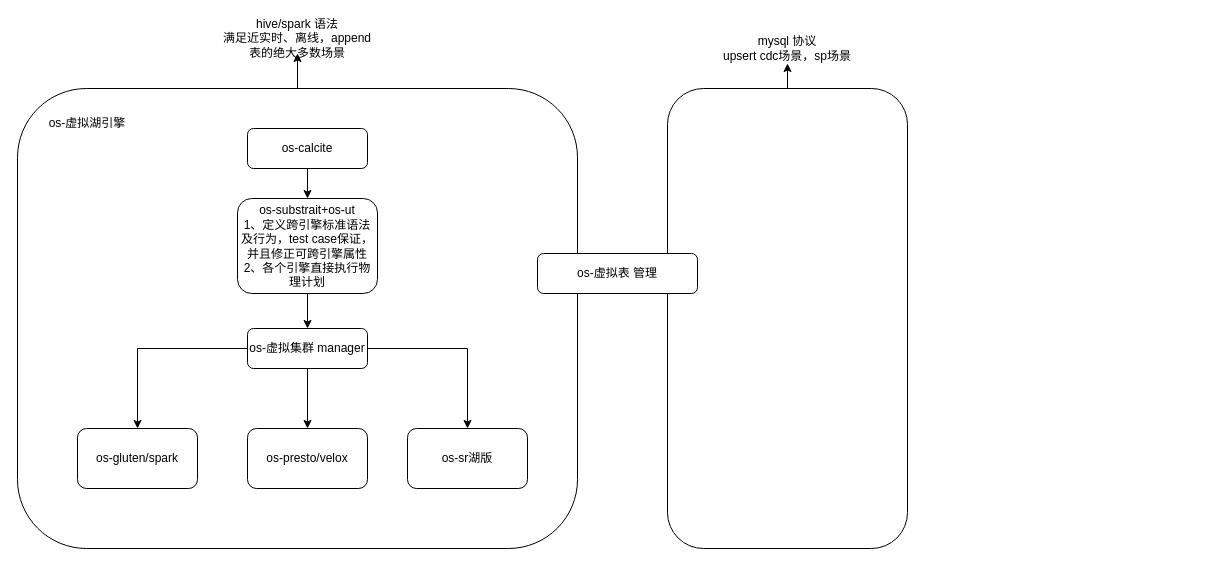
Above: os虚拟引擎.drawio in yuhuali1989/ui (draw.io), before the change. Source tidied: cells renumbered, new cells numbered last; positions are measured from the earlier drawing's top-left corner, leaving out a move shared by most shapes. Both pictures are drawn from the tidied source at 100%, with x=0, y=0 at pixel (17, 23).
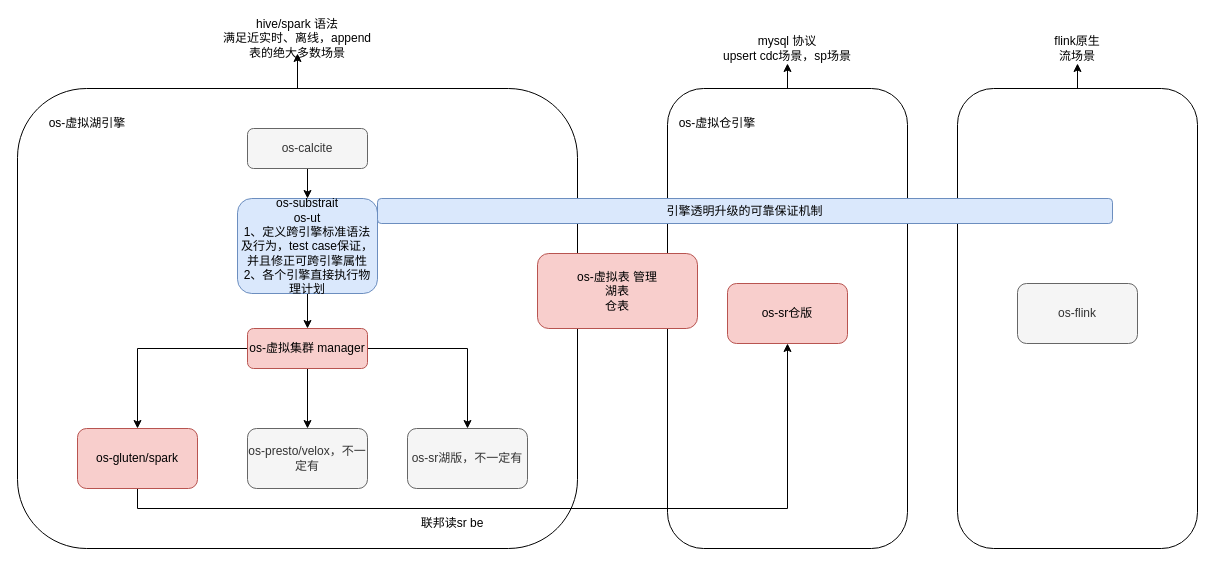
The same page after the edit.

Diff of the diagram source:
```diff
@@
-    <mxCell id="6" value="os-calcite" style="rounded=1;whiteSpace=wrap;html=1;" parent="1" vertex="1">
+    <mxCell id="6" value="os-calcite" style="rounded=1;whiteSpace=wrap;html=1;fillColor=#f5f5f5;fontColor=#333333;strokeColor=#666666;" parent="1" vertex="1">
       <mxGeometry x="230" y="105" width="120" height="40" as="geometry" />
     </mxCell>
@@
-    <mxCell id="11" value="&lt;font style=&quot;font-size: 12px;&quot;&gt;os-substrait+os-ut&lt;br style=&quot;font-size: 10px;&quot;&gt;1、定义跨引擎标准语法及行为，test case保证，并且修正可跨引擎属性&lt;br style=&quot;font-size: 10px;&quot;&gt;2、各个引擎直接执行物理计划&lt;/font&gt;" style="rounded=1;whiteSpace=wrap;html=1;fontSize=10;" parent="1" vertex="1">
+    <mxCell id="11" value="&lt;font style=&quot;font-size: 12px;&quot;&gt;os-substrait&lt;br&gt;os-ut&lt;br style=&quot;font-size: 10px;&quot;&gt;1、定义跨引擎标准语法及行为，test case保证，并且修正可跨引擎属性&lt;br style=&quot;font-size: 10px;&quot;&gt;2、各个引擎直接执行物理计划&lt;/font&gt;" style="rounded=1;whiteSpace=wrap;html=1;fontSize=10;fillColor=#dae8fc;strokeColor=#6c8ebf;" parent="1" vertex="1">
       <mxGeometry x="220" y="175" width="140" height="95" as="geometry" />
     </mxCell>
+    <mxCell id="21" style="edgeStyle=orthogonalEdgeStyle;rounded=0;jettySize=auto;html=1;" parent="1" edge="1" source="12" target="25">
+      <mxGeometry relative="1" as="geometry">
+        <Array as="points">
+          <mxPoint x="120" y="485" />
+          <mxPoint x="770" y="485" />
+        </Array>
+      </mxGeometry>
+    </mxCell>
-    <mxCell id="12" value="os-gluten/spark" style="rounded=1;whiteSpace=wrap;html=1;" parent="1" vertex="1">
+    <mxCell id="12" value="os-gluten/spark" style="rounded=1;whiteSpace=wrap;html=1;fillColor=#f8cecc;strokeColor=#b85450;" parent="1" vertex="1">
       <mxGeometry x="60" y="405" width="120" height="60" as="geometry" />
     </mxCell>
-    <mxCell id="13" value="os-presto/velox" style="rounded=1;whiteSpace=wrap;html=1;" parent="1" vertex="1">
+    <mxCell id="13" value="os-presto/velox，不一定有" style="rounded=1;whiteSpace=wrap;html=1;fillColor=#f5f5f5;fontColor=#333333;strokeColor=#666666;" parent="1" vertex="1">
       <mxGeometry x="230" y="405" width="120" height="60" as="geometry" />
     </mxCell>
-    <mxCell id="14" value="os-sr湖版" style="rounded=1;whiteSpace=wrap;html=1;" parent="1" vertex="1">
+    <mxCell id="14" value="os-sr湖版，不一定有" style="rounded=1;whiteSpace=wrap;html=1;fillColor=#f5f5f5;fontColor=#333333;strokeColor=#666666;" parent="1" vertex="1">
       <mxGeometry x="390" y="405" width="120" height="60" as="geometry" />
     </mxCell>
@@
-    <mxCell id="16" value="os-虚拟集群 manager" style="rounded=1;whiteSpace=wrap;html=1;" parent="1" vertex="1">
+    <mxCell id="16" value="os-虚拟集群 manager" style="rounded=1;whiteSpace=wrap;html=1;fillColor=#f8cecc;strokeColor=#b85450;" parent="1" vertex="1">
       <mxGeometry x="230" y="305" width="120" height="40" as="geometry" />
     </mxCell>
-    <mxCell id="17" value="os-虚拟表 管理" style="rounded=1;whiteSpace=wrap;html=1;" parent="1" vertex="1">
-      <mxGeometry x="520" y="230" width="160" height="40" as="geometry" />
+    <mxCell id="17" value="os-虚拟表 管理&lt;br&gt;湖表&lt;br&gt;仓表" style="rounded=1;whiteSpace=wrap;html=1;fillColor=#f8cecc;strokeColor=#b85450;" parent="1" vertex="1">
+      <mxGeometry x="520" y="230" width="160" height="75" as="geometry" />
     </mxCell>
@@
+    <mxCell id="22" style="edgeStyle=orthogonalEdgeStyle;rounded=0;jettySize=auto;html=1;" parent="1" edge="1" source="23" target="27">
+      <mxGeometry relative="1" as="geometry" />
+    </mxCell>
+    <mxCell id="23" style="rounded=1;whiteSpace=wrap;html=1;" parent="1" vertex="1">
+      <mxGeometry x="940" y="65" width="240" height="460" as="geometry" />
+    </mxCell>
+    <mxCell id="24" value="os-虚拟仓引擎" style="text;html=1;strokeColor=none;fillColor=none;align=center;verticalAlign=middle;whiteSpace=wrap;rounded=0;" parent="1" vertex="1">
+      <mxGeometry x="660" y="85" width="80" height="30" as="geometry" />
+    </mxCell>
+    <mxCell id="25" value="os-sr仓版" style="rounded=1;whiteSpace=wrap;html=1;fillColor=#f8cecc;strokeColor=#b85450;" parent="1" vertex="1">
+      <mxGeometry x="710" y="260" width="120" height="60" as="geometry" />
+    </mxCell>
+    <mxCell id="26" value="联邦读sr be" style="text;html=1;strokeColor=none;fillColor=none;align=center;verticalAlign=middle;whiteSpace=wrap;rounded=0;" parent="1" vertex="1">
+      <mxGeometry x="390" y="485" width="90" height="30" as="geometry" />
+    </mxCell>
+    <mxCell id="27" value="flink原生&lt;br&gt;流场景" style="text;html=1;strokeColor=none;fillColor=none;align=center;verticalAlign=middle;whiteSpace=wrap;rounded=0;" parent="1" vertex="1">
+      <mxGeometry x="1020" y="10" width="80" height="30" as="geometry" />
+    </mxCell>
+    <mxCell id="28" value="os-flink" style="rounded=1;whiteSpace=wrap;html=1;fillColor=#f5f5f5;strokeColor=#666666;fontColor=#333333;" parent="1" vertex="1">
+      <mxGeometry x="1000" y="260" width="120" height="60" as="geometry" />
+    </mxCell>
+    <mxCell id="29" value="引擎透明升级的可靠保证机制" style="rounded=1;whiteSpace=wrap;html=1;fillColor=#dae8fc;strokeColor=#6c8ebf;" parent="1" vertex="1">
+      <mxGeometry x="360" y="175" width="735" height="25" as="geometry" />
+    </mxCell>
```
